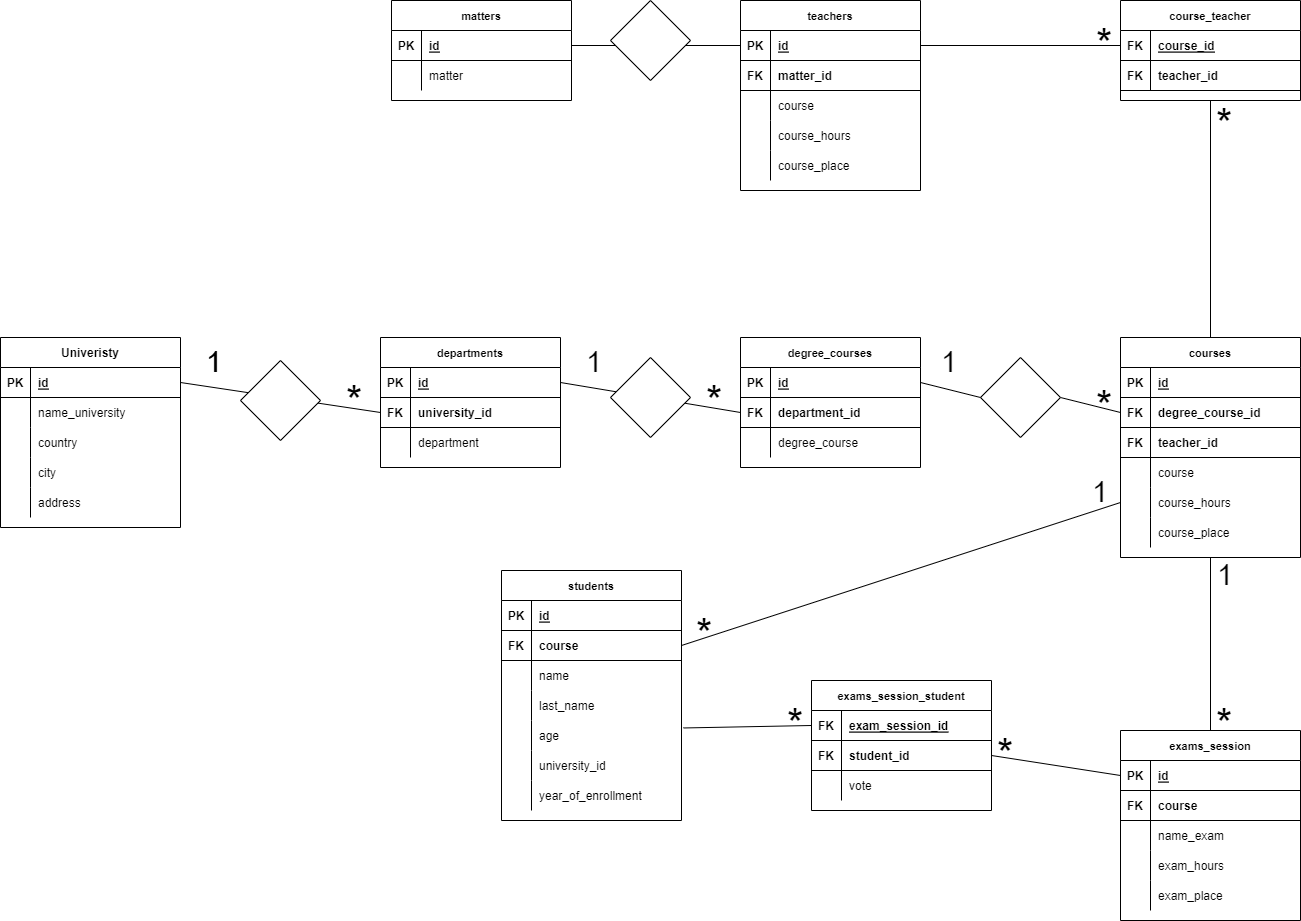
Before: Untitled Diagram.drawio.png, a diagram exported from draw.io (MarcoSalvatore91/db-university). Source tidied: cells renumbered, new cells last; positions are measured from the earlier drawing's top-left corner, leaving out a move shared by most shapes.
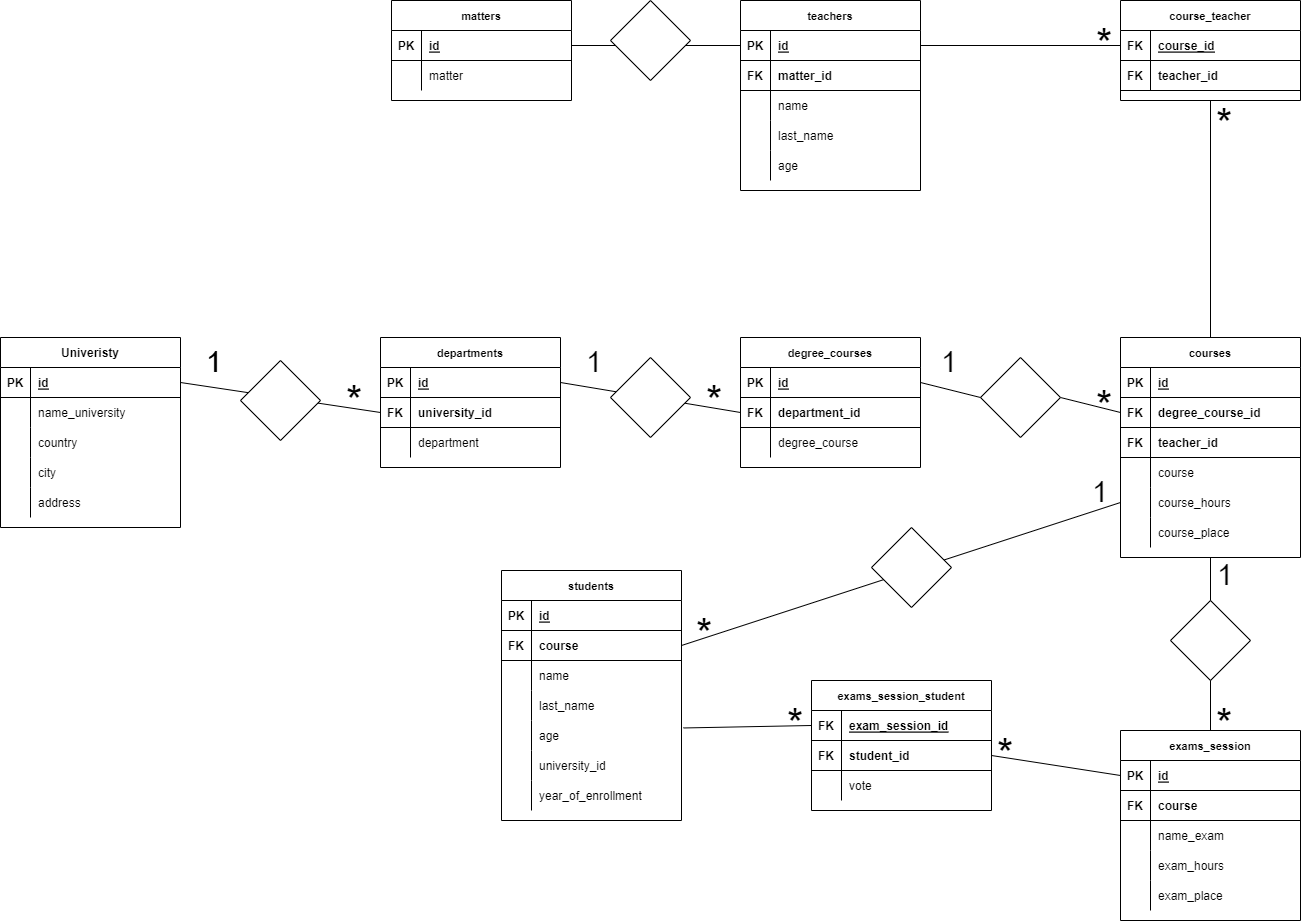
Above is the later version.

Change to the diagram source:
```diff
@@ -236,7 +236,7 @@
     <mxCell id="79" style="shape=partialRectangle;fillColor=none;top=0;left=0;bottom=0;right=0;overflow=hidden;" parent="78" vertex="1">
       <mxGeometry width="30" height="30" as="geometry" />
     </mxCell>
-    <mxCell id="80" value="course" style="shape=partialRectangle;fillColor=none;top=0;left=0;bottom=0;right=0;align=left;spacingLeft=6;overflow=hidden;" parent="78" vertex="1">
+    <mxCell id="80" value="name" style="shape=partialRectangle;fillColor=none;top=0;left=0;bottom=0;right=0;align=left;spacingLeft=6;overflow=hidden;" parent="78" vertex="1">
       <mxGeometry x="30" width="150" height="30" as="geometry" />
     </mxCell>
     <mxCell id="81" style="shape=tableRow;horizontal=0;startSize=0;swimlaneHead=0;swimlaneBody=0;fillColor=none;top=0;left=0;right=0;bottom=0;" parent="71" vertex="1">
@@ -245,7 +245,7 @@
     <mxCell id="82" style="shape=partialRectangle;fillColor=none;top=0;left=0;bottom=0;right=0;overflow=hidden;" parent="81" vertex="1">
       <mxGeometry width="30" height="30" as="geometry" />
     </mxCell>
-    <mxCell id="83" value="course_hours" style="shape=partialRectangle;fillColor=none;top=0;left=0;bottom=0;right=0;align=left;spacingLeft=6;overflow=hidden;" parent="81" vertex="1">
+    <mxCell id="83" value="last_name" style="shape=partialRectangle;fillColor=none;top=0;left=0;bottom=0;right=0;align=left;spacingLeft=6;overflow=hidden;" parent="81" vertex="1">
       <mxGeometry x="30" width="150" height="30" as="geometry" />
     </mxCell>
     <mxCell id="84" style="shape=tableRow;horizontal=0;startSize=0;swimlaneHead=0;swimlaneBody=0;fillColor=none;top=0;left=0;right=0;bottom=0;" parent="71" vertex="1">
@@ -254,7 +254,7 @@
     <mxCell id="85" style="shape=partialRectangle;fillColor=none;top=0;left=0;bottom=0;right=0;overflow=hidden;" parent="84" vertex="1">
       <mxGeometry width="30" height="30" as="geometry" />
     </mxCell>
-    <mxCell id="86" value="course_place" style="shape=partialRectangle;fillColor=none;top=0;left=0;bottom=0;right=0;align=left;spacingLeft=6;overflow=hidden;" parent="84" vertex="1">
+    <mxCell id="86" value="age" style="shape=partialRectangle;fillColor=none;top=0;left=0;bottom=0;right=0;align=left;spacingLeft=6;overflow=hidden;" parent="84" vertex="1">
       <mxGeometry x="30" width="150" height="30" as="geometry" />
     </mxCell>
     <mxCell id="87" style="endArrow=none;html=1;rounded=0;fontSize=42;exitX=0.5;exitY=0;exitDx=0;exitDy=0;entryX=0.5;entryY=1;entryDx=0;entryDy=0;" parent="1" edge="1" source="45" target="98">
@@ -491,5 +491,11 @@
     <mxCell id="164" value="*" style="text;strokeColor=none;fillColor=none;spacingLeft=4;spacingRight=4;overflow=hidden;fontSize=42;" parent="1" vertex="1">
       <mxGeometry x="781" y="690" width="40" height="30" as="geometry" />
     </mxCell>
+    <mxCell id="165" style="rhombus;whiteSpace=wrap;html=1;labelBorderColor=none;fontSize=42;" parent="1" vertex="1">
+      <mxGeometry x="871" y="527" width="80" height="80" as="geometry" />
+    </mxCell>
+    <mxCell id="166" style="rhombus;whiteSpace=wrap;html=1;labelBorderColor=none;fontSize=42;" parent="1" vertex="1">
+      <mxGeometry x="1170" y="600" width="80" height="80" as="geometry" />
+    </mxCell>
   </root>
 </mxGraphModel>
```
